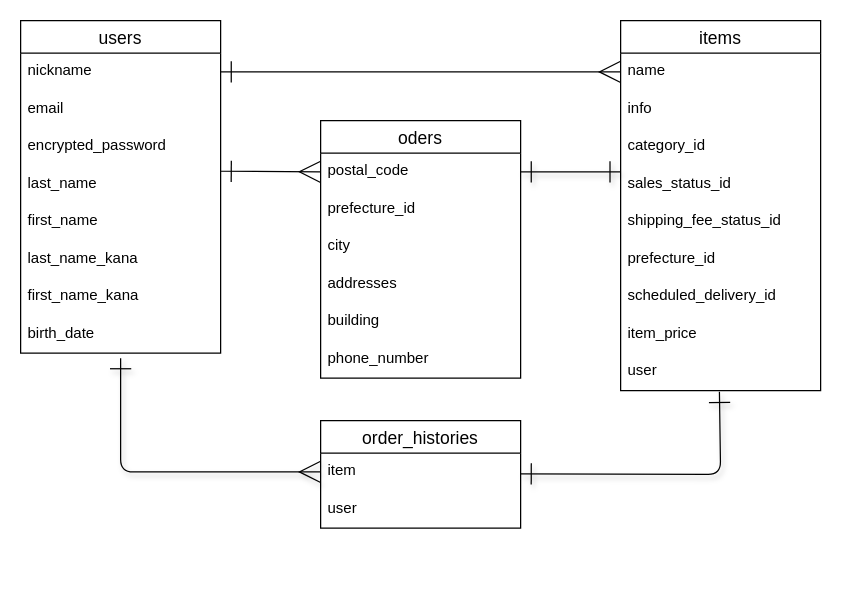
Timsothy/furima-39263 keeps this draw.io diagram as test.dio. Above is the earlier version. Source tidied: cells renumbered, new cells numbered last; positions are measured from the earlier drawing's top-left corner, leaving out a move shared by most shapes. Both pictures are drawn from the tidied source at 125%, with x=0, y=0 at pixel (20, 20).
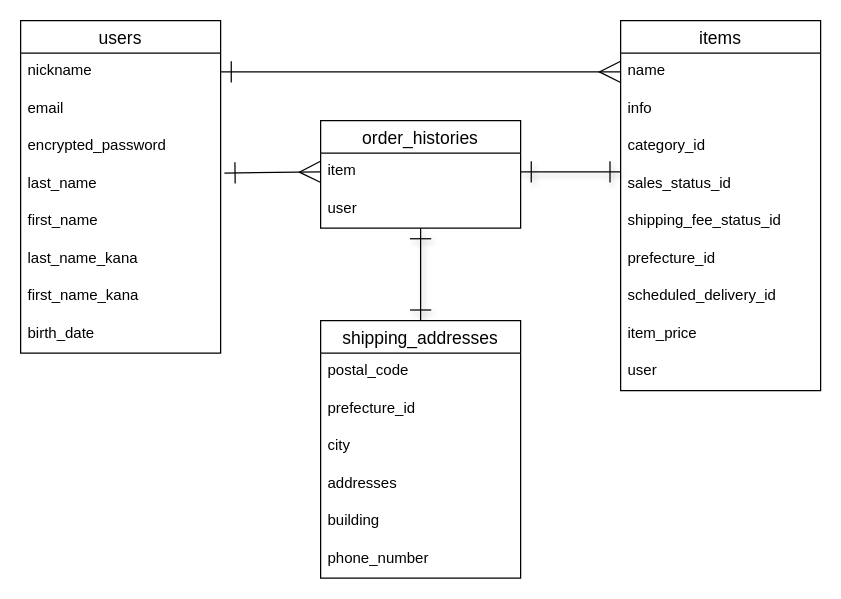
The same page after the edit.

Commit message (it also covers changes not shown here):
データベース設計

The change refers to these unchanged cells:
```xml
<mxCell id="6" value="last_name" style="text;strokeColor=none;fillColor=none;spacingLeft=4;spacingRight=4;overflow=hidden;points=[[0,0.5],[1,0.5]];portConstraint=eastwest;fontSize=12;" parent="2" vertex="1">
  <mxGeometry y="116" width="160" height="30" as="geometry" />
</mxCell>
<mxCell id="15" value="sales_status_id" style="text;strokeColor=none;fillColor=none;spacingLeft=4;spacingRight=4;overflow=hidden;points=[[0,0.5],[1,0.5]];portConstraint=eastwest;fontSize=12;" parent="11" vertex="1">
  <mxGeometry y="116" width="160" height="30" as="geometry" />
</mxCell>
<mxCell id="20" value="user" style="text;strokeColor=none;fillColor=none;spacingLeft=4;spacingRight=4;overflow=hidden;points=[[0,0.5],[1,0.5]];portConstraint=eastwest;fontSize=12;" parent="11" vertex="1">
  <mxGeometry y="266" width="160" height="30" as="geometry" />
</mxCell>
<mxCell id="23" value="postal_code" style="text;strokeColor=none;fillColor=none;spacingLeft=4;spacingRight=4;overflow=hidden;points=[[0,0.5],[1,0.5]];portConstraint=eastwest;fontSize=12;" parent="22" vertex="1">
  <mxGeometry y="26" width="160" height="30" as="geometry" />
</mxCell>
<mxCell id="31" value="item" style="text;strokeColor=none;fillColor=none;spacingLeft=4;spacingRight=4;overflow=hidden;points=[[0,0.5],[1,0.5]];portConstraint=eastwest;fontSize=12;" parent="30" vertex="1">
  <mxGeometry y="26" width="160" height="30" as="geometry" />
</mxCell>
<mxCell id="32" value="user" style="text;strokeColor=none;fillColor=none;spacingLeft=4;spacingRight=4;overflow=hidden;points=[[0,0.5],[1,0.5]];portConstraint=eastwest;fontSize=12;" parent="30" vertex="1">
  <mxGeometry y="56" width="160" height="30" as="geometry" />
</mxCell>
```

Change to the diagram source:
```diff
@@
+    <mxCell id="36" style="edgeStyle=none;html=1;exitX=0.5;exitY=0;exitDx=0;exitDy=0;shadow=1;startArrow=ERone;startFill=0;endArrow=ERone;endFill=0;startSize=15;endSize=15;sourcePerimeterSpacing=0;" parent="1" edge="1" source="22" target="32">
+      <mxGeometry relative="1" as="geometry" />
+    </mxCell>
-    <mxCell id="22" value="oders" style="swimlane;fontStyle=0;horizontal=1;startSize=26;align=center;fontSize=14;" parent="1" vertex="1">
-      <mxGeometry x="240" y="80" width="160" height="206" as="geometry" />
+    <mxCell id="22" value="shipping_addresses" style="swimlane;fontStyle=0;horizontal=1;startSize=26;align=center;fontSize=14;" parent="1" vertex="1">
+      <mxGeometry x="240" y="240" width="160" height="206" as="geometry" />
     </mxCell>
@@
-    <mxCell id="24" style="edgeStyle=none;html=1;exitX=1;exitY=0.5;exitDx=0;exitDy=0;entryX=0;entryY=0.5;entryDx=0;entryDy=0;endArrow=ERmany;endFill=0;startArrow=ERone;startFill=0;endSize=15;startSize=15;" parent="22" edge="1" target="23">
-      <mxGeometry relative="1" as="geometry">
-        <mxPoint x="-80" y="40.5" as="sourcePoint" />
-      </mxGeometry>
-    </mxCell>
@@
     <mxCell id="30" value="order_histories" style="swimlane;fontStyle=0;horizontal=1;startSize=26;align=center;fontSize=14;" parent="1" vertex="1">
-      <mxGeometry x="240" y="320" width="160" height="86" as="geometry" />
+      <mxGeometry x="240" y="80" width="160" height="86" as="geometry" />
     </mxCell>
@@
-    <mxCell id="33" style="edgeStyle=none;html=1;exitX=1;exitY=0.5;exitDx=0;exitDy=0;entryX=0;entryY=0.167;entryDx=0;entryDy=0;entryPerimeter=0;endArrow=ERone;endFill=0;startArrow=ERone;startFill=0;endSize=15;sourcePerimeterSpacing=0;shadow=1;startSize=15;" parent="1" edge="1" source="23" target="15">
+    <mxCell id="33" style="edgeStyle=none;html=1;exitX=1;exitY=0.5;exitDx=0;exitDy=0;entryX=0;entryY=0.167;entryDx=0;entryDy=0;entryPerimeter=0;endArrow=ERone;endFill=0;startArrow=ERone;startFill=0;endSize=15;sourcePerimeterSpacing=0;shadow=1;startSize=15;" parent="1" edge="1" source="31" target="15">
       <mxGeometry relative="1" as="geometry" />
     </mxCell>
-    <mxCell id="34" style="edgeStyle=none;html=1;entryX=0;entryY=0.5;entryDx=0;entryDy=0;shadow=1;startArrow=ERone;startFill=0;endArrow=ERmany;endFill=0;startSize=15;endSize=15;sourcePerimeterSpacing=0;" parent="1" edge="1" target="31">
-      <mxGeometry relative="1" as="geometry">
-        <mxPoint x="80" y="270" as="sourcePoint" />
-        <Array as="points">
-          <mxPoint x="80" y="361" />
-        </Array>
-      </mxGeometry>
-    </mxCell>
-    <mxCell id="35" style="edgeStyle=none;html=1;exitX=1;exitY=0.5;exitDx=0;exitDy=0;entryX=0.494;entryY=1.033;entryDx=0;entryDy=0;entryPerimeter=0;endArrow=ERone;endFill=0;startArrow=ERone;startFill=0;endSize=15;sourcePerimeterSpacing=0;shadow=1;startSize=15;" parent="1" edge="1" target="20">
-      <mxGeometry relative="1" as="geometry">
-        <mxPoint x="400" y="362.5" as="sourcePoint" />
-        <Array as="points">
-          <mxPoint x="560" y="363" />
-        </Array>
-      </mxGeometry>
-    </mxCell>
+    <mxCell id="24" style="edgeStyle=none;html=1;endArrow=ERmany;endFill=0;startArrow=ERone;startFill=0;endSize=15;startSize=15;entryX=0;entryY=0.5;entryDx=0;entryDy=0;exitX=1.019;exitY=0.2;exitDx=0;exitDy=0;exitPerimeter=0;" parent="1" edge="1" source="6" target="31">
+      <mxGeometry relative="1" as="geometry" />
+    </mxCell>
```
